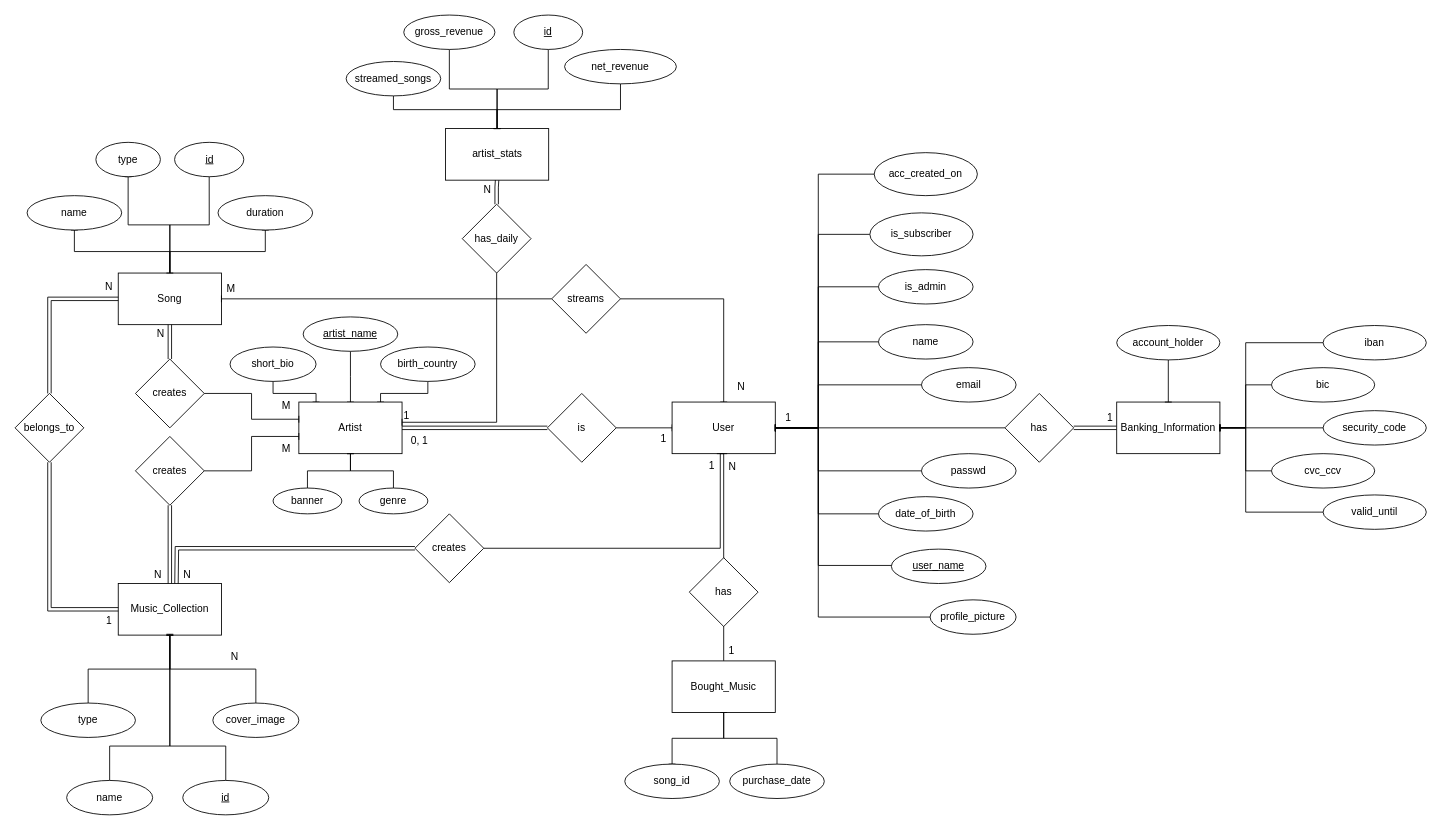
Above: PRJ1.2-ERM.drawio in Fontys-PRJ/PRJ1 (draw.io), before the change. Source tidied: cells renumbered, new cells numbered last; positions are measured from the earlier drawing's top-left corner, leaving out a move shared by most shapes. Both pictures are drawn from the tidied source at 86%, with x=0, y=0 at pixel (15, 15).
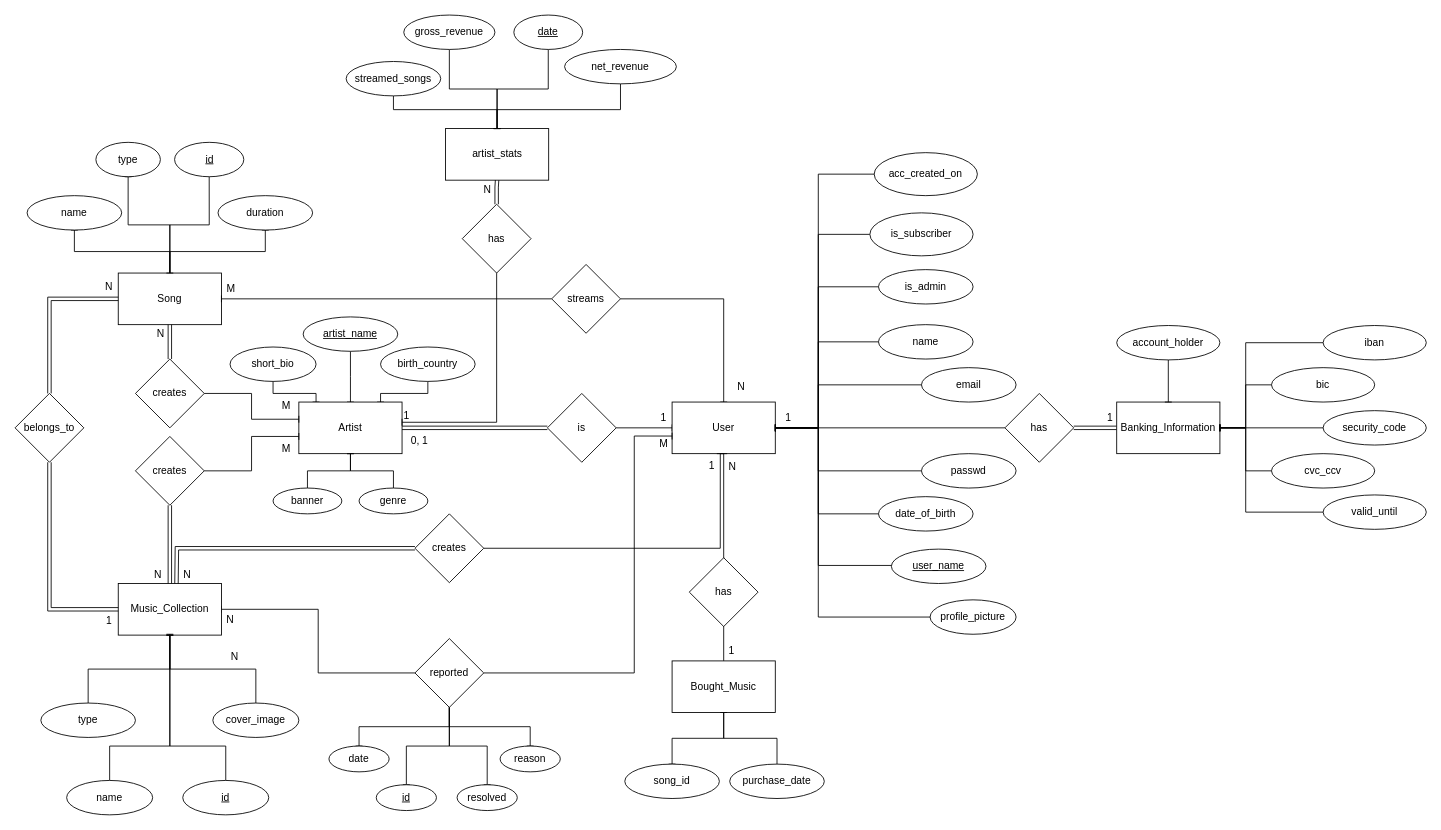
After the change.

The change refers to these unchanged cells:
```xml
<mxCell id="7" value="Music_Collection" style="rounded=0;whiteSpace=wrap;html=1;" parent="1" vertex="1">
  <mxGeometry x="120" y="661" width="120" height="60" as="geometry" />
</mxCell>
<mxCell id="20" value="User" style="rounded=0;whiteSpace=wrap;html=1;" parent="1" vertex="1">
  <mxGeometry x="764" y="450" width="120" height="60" as="geometry" />
</mxCell>
```

Diff of the diagram source:
```diff
@@
+    <mxCell id="124" style="edgeStyle=orthogonalEdgeStyle;rounded=0;jettySize=auto;html=1;exitX=0;exitY=0.5;exitDx=0;exitDy=0;entryX=1;entryY=0.5;entryDx=0;entryDy=0;endArrow=baseDash;endFill=0;" parent="1" edge="1" source="130" target="7">
+      <mxGeometry relative="1" as="geometry" />
+    </mxCell>
@@
     <mxCell id="56" value="1" style="text;html=1;align=center;verticalAlign=middle;strokeColor=none;fillColor=none;" parent="1" vertex="1">
-      <mxGeometry x="739" y="478" width="30" height="30" as="geometry" />
+      <mxGeometry x="739" y="454" width="30" height="30" as="geometry" />
     </mxCell>
@@
-    <mxCell id="77" value="has_daily" style="rhombus;whiteSpace=wrap;html=1;" parent="1" vertex="1">
+    <mxCell id="77" value="has" style="rhombus;whiteSpace=wrap;html=1;" parent="1" vertex="1">
       <mxGeometry x="520" y="220" width="80" height="80" as="geometry" />
     </mxCell>
@@
-    <mxCell id="123" value="&lt;u&gt;id&lt;/u&gt;" style="ellipse;whiteSpace=wrap;html=1;" parent="1" vertex="1">
+    <mxCell id="123" value="&lt;u&gt;date&lt;/u&gt;" style="ellipse;whiteSpace=wrap;html=1;" parent="1" vertex="1">
       <mxGeometry x="580" width="80" height="40" as="geometry" />
     </mxCell>
+    <mxCell id="125" style="edgeStyle=orthogonalEdgeStyle;rounded=0;jettySize=auto;html=1;entryX=0;entryY=0.659;entryDx=0;entryDy=0;endArrow=baseDash;endFill=0;entryPerimeter=0;exitX=1;exitY=0.5;exitDx=0;exitDy=0;" parent="1" edge="1" source="130" target="20">
+      <mxGeometry relative="1" as="geometry">
+        <Array as="points">
+          <mxPoint x="720" y="765" />
+          <mxPoint x="720" y="490" />
+        </Array>
+      </mxGeometry>
+    </mxCell>
+    <mxCell id="126" style="edgeStyle=orthogonalEdgeStyle;rounded=0;jettySize=auto;html=1;exitX=0.5;exitY=1;exitDx=0;exitDy=0;endArrow=baseDash;endFill=0;" parent="1" edge="1" source="130" target="131">
+      <mxGeometry relative="1" as="geometry" />
+    </mxCell>
+    <mxCell id="127" style="edgeStyle=orthogonalEdgeStyle;rounded=0;jettySize=auto;html=1;entryX=0.5;entryY=0;entryDx=0;entryDy=0;exitX=0.5;exitY=1;exitDx=0;exitDy=0;endArrow=baseDash;endFill=0;" parent="1" edge="1" source="130" target="132">
+      <mxGeometry relative="1" as="geometry" />
+    </mxCell>
+    <mxCell id="128" style="edgeStyle=orthogonalEdgeStyle;rounded=0;jettySize=auto;html=1;entryX=0.5;entryY=0;entryDx=0;entryDy=0;endArrow=baseDash;endFill=0;" parent="1" edge="1" source="130" target="133">
+      <mxGeometry relative="1" as="geometry" />
+    </mxCell>
+    <mxCell id="129" style="edgeStyle=orthogonalEdgeStyle;rounded=0;jettySize=auto;html=1;entryX=0.5;entryY=0;entryDx=0;entryDy=0;endArrow=baseDash;endFill=0;" parent="1" edge="1" source="130" target="134">
+      <mxGeometry relative="1" as="geometry" />
+    </mxCell>
+    <mxCell id="130" value="reported" style="rhombus;whiteSpace=wrap;html=1;" parent="1" vertex="1">
+      <mxGeometry x="465" y="725" width="80" height="80" as="geometry" />
+    </mxCell>
+    <mxCell id="131" value="date" style="ellipse;whiteSpace=wrap;html=1;" parent="1" vertex="1">
+      <mxGeometry x="365" y="850" width="70" height="30" as="geometry" />
+    </mxCell>
+    <mxCell id="132" value="reason" style="ellipse;whiteSpace=wrap;html=1;" parent="1" vertex="1">
+      <mxGeometry x="564" y="850" width="70" height="30" as="geometry" />
+    </mxCell>
+    <mxCell id="133" value="&lt;u&gt;id&lt;/u&gt;" style="ellipse;whiteSpace=wrap;html=1;" parent="1" vertex="1">
+      <mxGeometry x="420" y="895" width="70" height="30" as="geometry" />
+    </mxCell>
+    <mxCell id="134" value="resolved" style="ellipse;whiteSpace=wrap;html=1;" parent="1" vertex="1">
+      <mxGeometry x="514" y="895" width="70" height="30" as="geometry" />
+    </mxCell>
+    <mxCell id="135" value="N" style="text;html=1;align=center;verticalAlign=middle;strokeColor=none;fillColor=none;" parent="1" vertex="1">
+      <mxGeometry x="235" y="688" width="30" height="30" as="geometry" />
+    </mxCell>
+    <mxCell id="136" value="M" style="text;html=1;align=center;verticalAlign=middle;strokeColor=none;fillColor=none;" parent="1" vertex="1">
+      <mxGeometry x="739" y="484" width="30" height="30" as="geometry" />
+    </mxCell>
```
